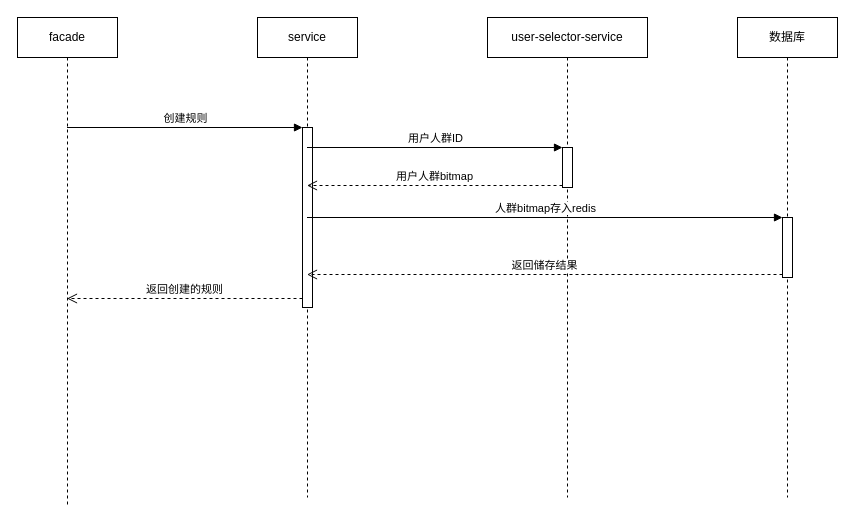
NeverMore93/draw keeps this draw.io diagram as 事件中心/规则时序图.drawio. Above is the earlier version. Source tidied: cells renumbered, new cells numbered last; positions are measured from the earlier drawing's top-left corner, leaving out a move shared by most shapes. Both pictures are drawn from the tidied source at 100%, with x=0, y=0 at pixel (17, 17).
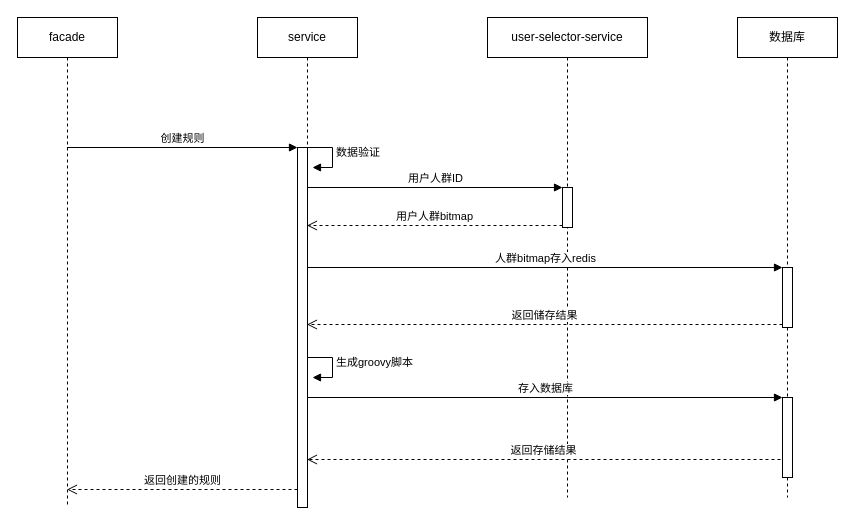
After the change.

Commit message (it also covers changes not shown here):
更新规则时序图.drawio

The change refers to these unchanged cells:
```xml
<mxCell id="3" value="service" style="shape=umlLifeline;perimeter=lifelinePerimeter;whiteSpace=wrap;html=1;outlineConnect=0;" parent="1" vertex="1">
  <mxGeometry x="240" width="100" height="480" as="geometry" />
</mxCell>
<mxCell id="5" value="user-selector-service" style="shape=umlLifeline;perimeter=lifelinePerimeter;whiteSpace=wrap;html=1;" parent="1" vertex="1">
  <mxGeometry x="470" width="160" height="480" as="geometry" />
</mxCell>
<mxCell id="11" value="数据库" style="shape=umlLifeline;perimeter=lifelinePerimeter;whiteSpace=wrap;html=1;" parent="1" vertex="1">
  <mxGeometry x="720" width="100" height="480" as="geometry" />
</mxCell>
```

The edit, as a diff of the source:
```diff
@@
-    <mxCell id="4" style="html=1;points=[];perimeter=orthogonalPerimeter;" parent="3" vertex="1">
-      <mxGeometry x="45" y="110" width="10" height="180" as="geometry" />
-    </mxCell>
+    <mxCell id="15" value="数据验证" style="edgeStyle=orthogonalEdgeStyle;html=1;align=left;spacingLeft=2;endArrow=block;rounded=0;entryX=1;entryY=0;" parent="3" edge="1">
+      <mxGeometry relative="1" as="geometry">
+        <mxPoint x="45" y="130" as="sourcePoint" />
+        <mxPoint x="55" y="150" as="targetPoint" />
+        <Array as="points">
+          <mxPoint x="75" y="130" />
+        </Array>
+      </mxGeometry>
+    </mxCell>
+    <mxCell id="16" value="生成groovy脚本" style="edgeStyle=orthogonalEdgeStyle;html=1;align=left;spacingLeft=2;endArrow=block;rounded=0;entryX=1;entryY=0;" parent="3" edge="1">
+      <mxGeometry relative="1" as="geometry">
+        <mxPoint x="45" y="340" as="sourcePoint" />
+        <mxPoint x="55" y="360" as="targetPoint" />
+        <Array as="points">
+          <mxPoint x="75" y="340" />
+        </Array>
+      </mxGeometry>
+    </mxCell>
@@
     <mxCell id="6" style="html=1;points=[];perimeter=orthogonalPerimeter;" parent="5" vertex="1">
-      <mxGeometry x="75" y="130" width="10" height="40" as="geometry" />
+      <mxGeometry x="75" y="170" width="10" height="40" as="geometry" />
     </mxCell>
@@
     <mxCell id="12" style="html=1;points=[];perimeter=orthogonalPerimeter;" parent="11" vertex="1">
-      <mxGeometry x="45" y="200" width="10" height="60" as="geometry" />
+      <mxGeometry x="45" y="250" width="10" height="60" as="geometry" />
     </mxCell>
+    <mxCell id="17" style="html=1;points=[];perimeter=orthogonalPerimeter;" parent="11" vertex="1">
+      <mxGeometry x="45" y="380" width="10" height="80" as="geometry" />
+    </mxCell>
@@
+    <mxCell id="18" value="存入数据库" style="html=1;verticalAlign=bottom;endArrow=block;entryX=0;entryY=0;rounded=0;" parent="1" edge="1" source="3" target="17">
+      <mxGeometry relative="1" as="geometry" />
+    </mxCell>
+    <mxCell id="19" value="返回存储结果" style="html=1;verticalAlign=bottom;endArrow=open;dashed=1;endSize=8;exitX=-0.2;exitY=0.775;rounded=0;exitDx=0;exitDy=0;exitPerimeter=0;" parent="1" edge="1" source="17" target="3">
+      <mxGeometry relative="1" as="geometry" />
+    </mxCell>
+    <mxCell id="4" style="html=1;points=[];perimeter=orthogonalPerimeter;" parent="1" vertex="1">
+      <mxGeometry x="280" y="130" width="10" height="360" as="geometry" />
+    </mxCell>
```
